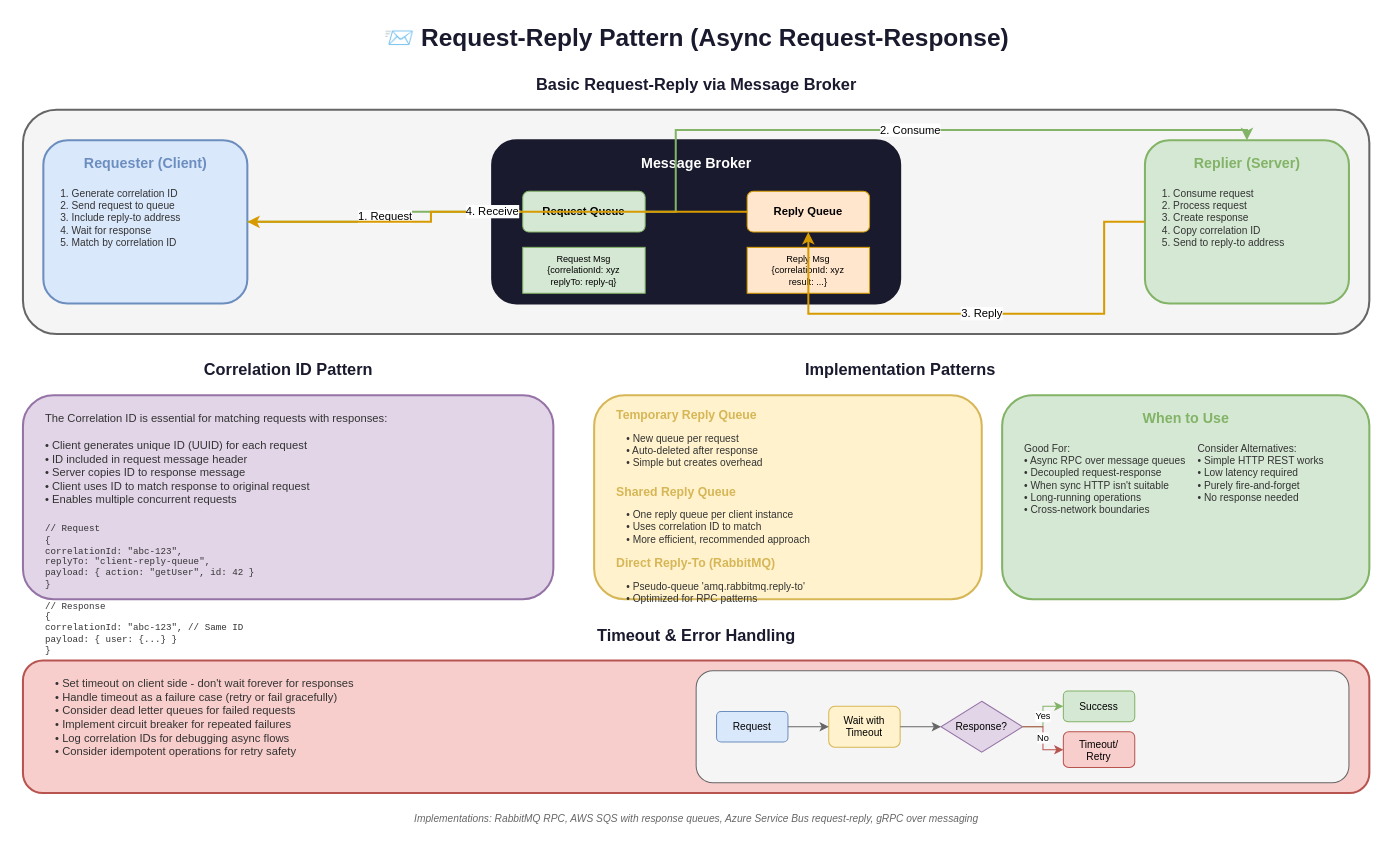
Above: lesson-02-event-driven-architecture/05-async-communication-patterns/5.4-request-reply-pattern.drawio in MrParkerZ7/document-lesson-software-architect-x-claude (draw.io), before the change. Source tidied: cells renumbered, new cells numbered last; positions are measured from the earlier drawing's top-left corner, leaving out a move shared by most shapes. Both pictures are drawn from the tidied source at 102%, with x=0, y=0 at pixel (22, 17).
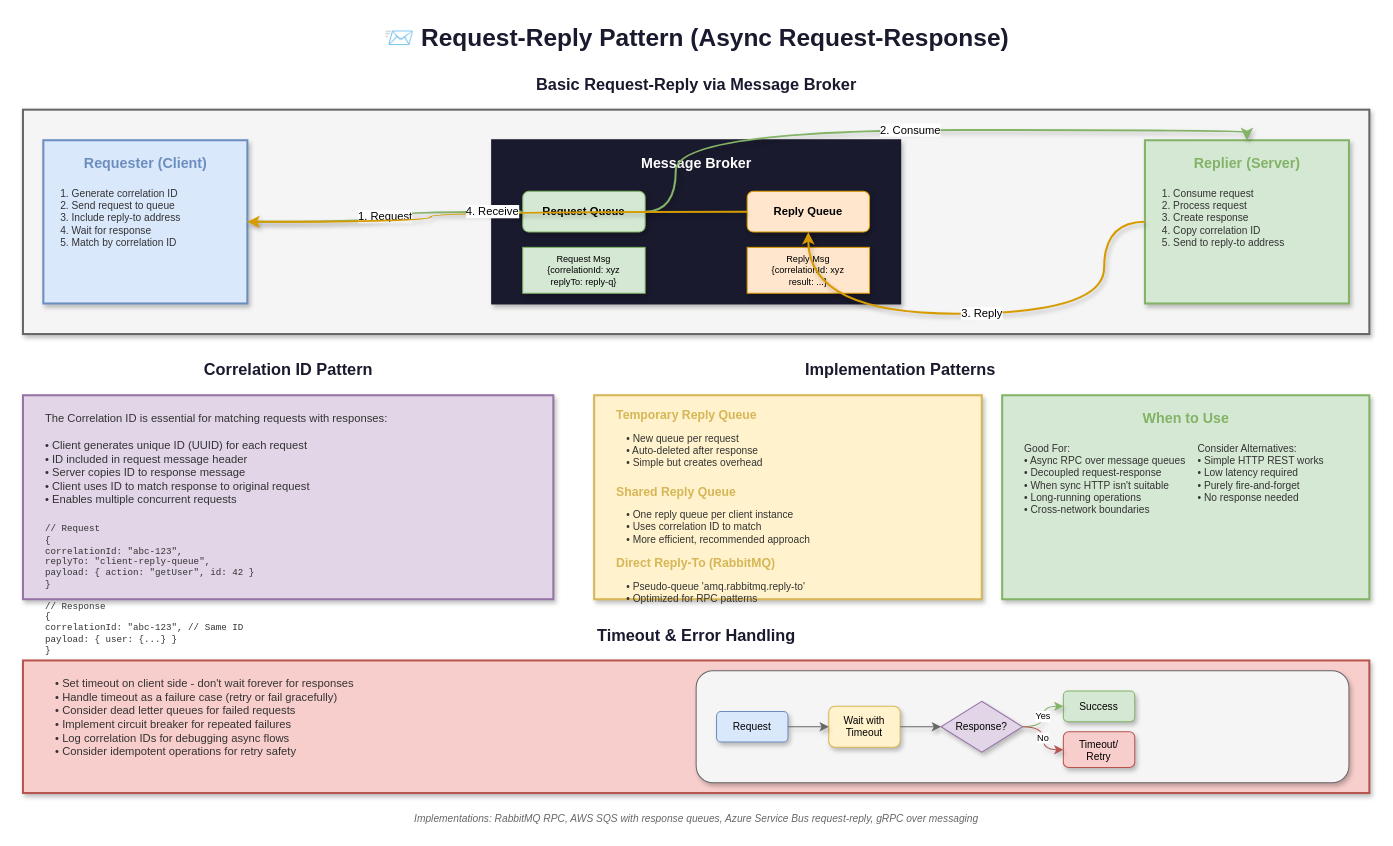
After the change.

The edit, as a diff of the source:
```diff
@@
-    <mxCell id="4" style="rounded=1;whiteSpace=wrap;html=1;fillColor=#f5f5f5;strokeColor=#666666;strokeWidth=2;" parent="1" vertex="1">
+    <mxCell id="4" style="rounded=0;whiteSpace=wrap;html=1;fillColor=#f5f5f5;strokeColor=#666666;strokeWidth=2;shadow=1;" parent="1" vertex="1">
       <mxGeometry y="90" width="1320" height="220" as="geometry" />
     </mxCell>
-    <mxCell id="5" style="rounded=1;whiteSpace=wrap;html=1;fillColor=#dae8fc;strokeColor=#6c8ebf;strokeWidth=2;" parent="1" vertex="1">
+    <mxCell id="5" style="rounded=0;whiteSpace=wrap;html=1;fillColor=#dae8fc;strokeColor=#6c8ebf;strokeWidth=2;shadow=1;" parent="1" vertex="1">
       <mxGeometry x="20" y="120" width="200" height="160" as="geometry" />
     </mxCell>
@@
-    <mxCell id="8" style="rounded=1;whiteSpace=wrap;html=1;fillColor=#1a1a2e;strokeColor=#1a1a2e;strokeWidth=2;" parent="1" vertex="1">
+    <mxCell id="8" style="rounded=0;whiteSpace=wrap;html=1;fillColor=#1a1a2e;strokeColor=#1a1a2e;strokeWidth=2;shadow=1;" parent="1" vertex="1">
       <mxGeometry x="460" y="120" width="400" height="160" as="geometry" />
     </mxCell>
@@
-    <mxCell id="10" value="Request Queue" style="rounded=1;whiteSpace=wrap;html=1;fillColor=#d5e8d4;strokeColor=#82b366;fontSize=11;fontStyle=1;" parent="1" vertex="1">
+    <mxCell id="10" value="Request Queue" style="rounded=1;whiteSpace=wrap;html=1;fillColor=#d5e8d4;strokeColor=#82b366;fontSize=11;fontStyle=1;shadow=1;" parent="1" vertex="1">
       <mxGeometry x="490" y="170" width="120" height="40" as="geometry" />
     </mxCell>
-    <mxCell id="11" value="Reply Queue" style="rounded=1;whiteSpace=wrap;html=1;fillColor=#ffe6cc;strokeColor=#d79b00;fontSize=11;fontStyle=1;" parent="1" vertex="1">
+    <mxCell id="11" value="Reply Queue" style="rounded=1;whiteSpace=wrap;html=1;fillColor=#ffe6cc;strokeColor=#d79b00;fontSize=11;fontStyle=1;shadow=1;" parent="1" vertex="1">
       <mxGeometry x="710" y="170" width="120" height="40" as="geometry" />
     </mxCell>
-    <mxCell id="12" value="Request Msg&#10;{correlationId: xyz&#10; replyTo: reply-q}" style="rounded=0;whiteSpace=wrap;html=1;fillColor=#d5e8d4;strokeColor=#82b366;fontSize=9;" parent="1" vertex="1">
+    <mxCell id="12" value="Request Msg&#10;{correlationId: xyz&#10; replyTo: reply-q}" style="rounded=0;whiteSpace=wrap;html=1;fillColor=#d5e8d4;strokeColor=#82b366;fontSize=9;shadow=1;" parent="1" vertex="1">
       <mxGeometry x="490" y="225" width="120" height="45" as="geometry" />
     </mxCell>
-    <mxCell id="13" value="Reply Msg&#10;{correlationId: xyz&#10; result: ...}" style="rounded=0;whiteSpace=wrap;html=1;fillColor=#ffe6cc;strokeColor=#d79b00;fontSize=9;" parent="1" vertex="1">
+    <mxCell id="13" value="Reply Msg&#10;{correlationId: xyz&#10; result: ...}" style="rounded=0;whiteSpace=wrap;html=1;fillColor=#ffe6cc;strokeColor=#d79b00;fontSize=9;shadow=1;" parent="1" vertex="1">
       <mxGeometry x="710" y="225" width="120" height="45" as="geometry" />
     </mxCell>
-    <mxCell id="14" style="rounded=1;whiteSpace=wrap;html=1;fillColor=#d5e8d4;strokeColor=#82b366;strokeWidth=2;" parent="1" vertex="1">
+    <mxCell id="14" style="rounded=0;whiteSpace=wrap;html=1;fillColor=#d5e8d4;strokeColor=#82b366;strokeWidth=2;shadow=1;" parent="1" vertex="1">
       <mxGeometry x="1100" y="120" width="200" height="160" as="geometry" />
     </mxCell>
@@
-    <mxCell id="17" value="1. Request" style="edgeStyle=orthogonalEdgeStyle;rounded=0;jettySize=auto;html=1;strokeColor=#82b366;strokeWidth=2;endArrow=classic;" parent="1" edge="1" source="5" target="10">
+    <mxCell id="17" value="1. Request" style="edgeStyle=orthogonalEdgeStyle;rounded=0;jettySize=auto;html=1;strokeColor=#82b366;strokeWidth=2;endArrow=classic;shadow=1;curved=1;flowAnimation=1;jumpStyle=arc;" parent="1" edge="1" source="5" target="10">
       <mxGeometry relative="1" as="geometry" />
     </mxCell>
-    <mxCell id="18" value="2. Consume" style="edgeStyle=orthogonalEdgeStyle;rounded=0;jettySize=auto;html=1;strokeColor=#82b366;strokeWidth=2;endArrow=classic;" parent="1" edge="1" source="10" target="14">
+    <mxCell id="18" value="2. Consume" style="edgeStyle=orthogonalEdgeStyle;rounded=0;jettySize=auto;html=1;strokeColor=#82b366;strokeWidth=2;endArrow=classic;shadow=1;curved=1;flowAnimation=1;jumpStyle=arc;" parent="1" edge="1" source="10" target="14">
       <mxGeometry relative="1" as="geometry">
         <Array as="points">
           <mxPoint x="640" y="190" />
           <mxPoint x="640" y="110" />
           <mxPoint x="1200" y="110" />
         </Array>
       </mxGeometry>
     </mxCell>
-    <mxCell id="19" value="3. Reply" style="edgeStyle=orthogonalEdgeStyle;rounded=0;jettySize=auto;html=1;strokeColor=#d79b00;strokeWidth=2;endArrow=classic;" parent="1" edge="1" source="14" target="11">
+    <mxCell id="19" value="3. Reply" style="edgeStyle=orthogonalEdgeStyle;rounded=0;jettySize=auto;html=1;strokeColor=#d79b00;strokeWidth=2;endArrow=classic;shadow=1;curved=1;flowAnimation=1;jumpStyle=arc;" parent="1" edge="1" source="14" target="11">
       <mxGeometry relative="1" as="geometry">
         <Array as="points">
           <mxPoint x="1060" y="200" />
           <mxPoint x="1060" y="290" />
           <mxPoint x="770" y="290" />
         </Array>
       </mxGeometry>
     </mxCell>
-    <mxCell id="20" value="4. Receive" style="edgeStyle=orthogonalEdgeStyle;rounded=0;jettySize=auto;html=1;strokeColor=#d79b00;strokeWidth=2;endArrow=classic;" parent="1" edge="1" source="11" target="5">
+    <mxCell id="20" value="4. Receive" style="edgeStyle=orthogonalEdgeStyle;rounded=0;jettySize=auto;html=1;strokeColor=#d79b00;strokeWidth=2;endArrow=classic;shadow=1;curved=1;flowAnimation=1;jumpStyle=arc;" parent="1" edge="1" source="11" target="5">
       <mxGeometry relative="1" as="geometry">
         <Array as="points">
           <mxPoint x="400" y="190" />
           <mxPoint x="400" y="200" />
         </Array>
       </mxGeometry>
     </mxCell>
@@
-    <mxCell id="22" style="rounded=1;whiteSpace=wrap;html=1;fillColor=#e1d5e7;strokeColor=#9673a6;strokeWidth=2;" parent="1" vertex="1">
+    <mxCell id="22" style="rounded=0;whiteSpace=wrap;html=1;fillColor=#e1d5e7;strokeColor=#9673a6;strokeWidth=2;shadow=1;" parent="1" vertex="1">
       <mxGeometry y="370" width="520" height="200" as="geometry" />
     </mxCell>
@@
-    <mxCell id="26" style="rounded=1;whiteSpace=wrap;html=1;fillColor=#fff2cc;strokeColor=#d6b656;strokeWidth=2;" parent="1" vertex="1">
+    <mxCell id="26" style="rounded=0;whiteSpace=wrap;html=1;fillColor=#fff2cc;strokeColor=#d6b656;strokeWidth=2;shadow=1;" parent="1" vertex="1">
       <mxGeometry x="560" y="370" width="380" height="200" as="geometry" />
     </mxCell>
@@
-    <mxCell id="33" style="rounded=1;whiteSpace=wrap;html=1;fillColor=#d5e8d4;strokeColor=#82b366;strokeWidth=2;" parent="1" vertex="1">
+    <mxCell id="33" style="rounded=0;whiteSpace=wrap;html=1;fillColor=#d5e8d4;strokeColor=#82b366;strokeWidth=2;shadow=1;" parent="1" vertex="1">
       <mxGeometry x="960" y="370" width="360" height="200" as="geometry" />
     </mxCell>
@@
-    <mxCell id="38" style="rounded=1;whiteSpace=wrap;html=1;fillColor=#f8cecc;strokeColor=#b85450;strokeWidth=2;" parent="1" vertex="1">
+    <mxCell id="38" style="rounded=0;whiteSpace=wrap;html=1;fillColor=#f8cecc;strokeColor=#b85450;strokeWidth=2;shadow=1;" parent="1" vertex="1">
       <mxGeometry y="630" width="1320" height="130" as="geometry" />
     </mxCell>
@@
-    <mxCell id="40" style="rounded=1;whiteSpace=wrap;html=1;fillColor=#f5f5f5;strokeColor=#666666;" parent="1" vertex="1">
+    <mxCell id="40" style="rounded=1;whiteSpace=wrap;html=1;fillColor=#f5f5f5;strokeColor=#666666;shadow=1;" parent="1" vertex="1">
       <mxGeometry x="660" y="640" width="640" height="110" as="geometry" />
     </mxCell>
-    <mxCell id="41" value="Request" style="rounded=1;whiteSpace=wrap;html=1;fillColor=#dae8fc;strokeColor=#6c8ebf;fontSize=10;" parent="1" vertex="1">
+    <mxCell id="41" value="Request" style="rounded=1;whiteSpace=wrap;html=1;fillColor=#dae8fc;strokeColor=#6c8ebf;fontSize=10;shadow=1;" parent="1" vertex="1">
       <mxGeometry x="680" y="680" width="70" height="30" as="geometry" />
     </mxCell>
-    <mxCell id="42" value="Wait with&#10;Timeout" style="rounded=1;whiteSpace=wrap;html=1;fillColor=#fff2cc;strokeColor=#d6b656;fontSize=10;" parent="1" vertex="1">
+    <mxCell id="42" value="Wait with&#10;Timeout" style="rounded=1;whiteSpace=wrap;html=1;fillColor=#fff2cc;strokeColor=#d6b656;fontSize=10;shadow=1;" parent="1" vertex="1">
       <mxGeometry x="790" y="675" width="70" height="40" as="geometry" />
     </mxCell>
-    <mxCell id="43" value="Response?" style="rhombus;whiteSpace=wrap;html=1;fillColor=#e1d5e7;strokeColor=#9673a6;fontSize=10;" parent="1" vertex="1">
+    <mxCell id="43" value="Response?" style="rhombus;whiteSpace=wrap;html=1;fillColor=#e1d5e7;strokeColor=#9673a6;fontSize=10;shadow=1;" parent="1" vertex="1">
       <mxGeometry x="900" y="670" width="80" height="50" as="geometry" />
     </mxCell>
-    <mxCell id="44" value="Success" style="rounded=1;whiteSpace=wrap;html=1;fillColor=#d5e8d4;strokeColor=#82b366;fontSize=10;" parent="1" vertex="1">
+    <mxCell id="44" value="Success" style="rounded=1;whiteSpace=wrap;html=1;fillColor=#d5e8d4;strokeColor=#82b366;fontSize=10;shadow=1;" parent="1" vertex="1">
       <mxGeometry x="1020" y="660" width="70" height="30" as="geometry" />
     </mxCell>
-    <mxCell id="45" value="Timeout/&#10;Retry" style="rounded=1;whiteSpace=wrap;html=1;fillColor=#f8cecc;strokeColor=#b85450;fontSize=10;" parent="1" vertex="1">
+    <mxCell id="45" value="Timeout/&#10;Retry" style="rounded=1;whiteSpace=wrap;html=1;fillColor=#f8cecc;strokeColor=#b85450;fontSize=10;shadow=1;" parent="1" vertex="1">
       <mxGeometry x="1020" y="700" width="70" height="35" as="geometry" />
     </mxCell>
-    <mxCell id="46" style="edgeStyle=orthogonalEdgeStyle;rounded=0;jettySize=auto;html=1;strokeColor=#666666;strokeWidth=1;endArrow=classic;" parent="1" edge="1" source="41" target="42">
+    <mxCell id="46" style="edgeStyle=orthogonalEdgeStyle;rounded=0;jettySize=auto;html=1;strokeColor=#666666;strokeWidth=1;endArrow=classic;shadow=1;curved=1;flowAnimation=1;jumpStyle=arc;" parent="1" edge="1" source="41" target="42">
       <mxGeometry relative="1" as="geometry" />
     </mxCell>
-    <mxCell id="47" style="edgeStyle=orthogonalEdgeStyle;rounded=0;jettySize=auto;html=1;strokeColor=#666666;strokeWidth=1;endArrow=classic;" parent="1" edge="1" source="42" target="43">
+    <mxCell id="47" style="edgeStyle=orthogonalEdgeStyle;rounded=0;jettySize=auto;html=1;strokeColor=#666666;strokeWidth=1;endArrow=classic;shadow=1;curved=1;flowAnimation=1;jumpStyle=arc;" parent="1" edge="1" source="42" target="43">
       <mxGeometry relative="1" as="geometry" />
     </mxCell>
-    <mxCell id="48" value="Yes" style="edgeStyle=orthogonalEdgeStyle;rounded=0;jettySize=auto;html=1;strokeColor=#82b366;strokeWidth=1;endArrow=classic;fontSize=9;" parent="1" edge="1" source="43" target="44">
+    <mxCell id="48" value="Yes" style="edgeStyle=orthogonalEdgeStyle;rounded=0;jettySize=auto;html=1;strokeColor=#82b366;strokeWidth=1;endArrow=classic;fontSize=9;shadow=1;curved=1;flowAnimation=1;jumpStyle=arc;" parent="1" edge="1" source="43" target="44">
       <mxGeometry relative="1" as="geometry" />
     </mxCell>
-    <mxCell id="49" value="No" style="edgeStyle=orthogonalEdgeStyle;rounded=0;jettySize=auto;html=1;strokeColor=#b85450;strokeWidth=1;endArrow=classic;fontSize=9;" parent="1" edge="1" source="43" target="45">
+    <mxCell id="49" value="No" style="edgeStyle=orthogonalEdgeStyle;rounded=0;jettySize=auto;html=1;strokeColor=#b85450;strokeWidth=1;endArrow=classic;fontSize=9;shadow=1;curved=1;flowAnimation=1;jumpStyle=arc;" parent="1" edge="1" source="43" target="45">
       <mxGeometry relative="1" as="geometry" />
     </mxCell>
```
